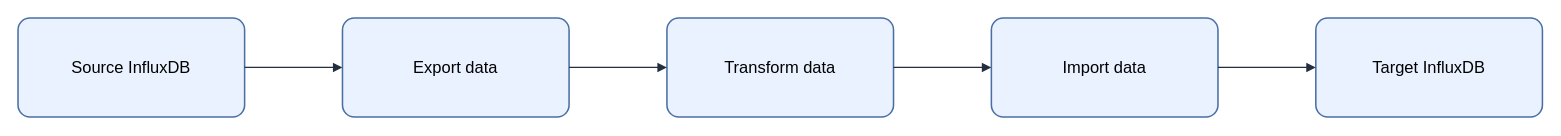
KKamJi98/kkamji98.github.io keeps this draw.io diagram as assets/img/database/influxdb-migration-flow.drawio. Above is the earlier version. Source tidied: cells renumbered, new cells numbered last; positions are measured from the earlier drawing's top-left corner, leaving out a move shared by most shapes. Both pictures are drawn from the tidied source at 103%, with x=0, y=0 at pixel (18, 18).
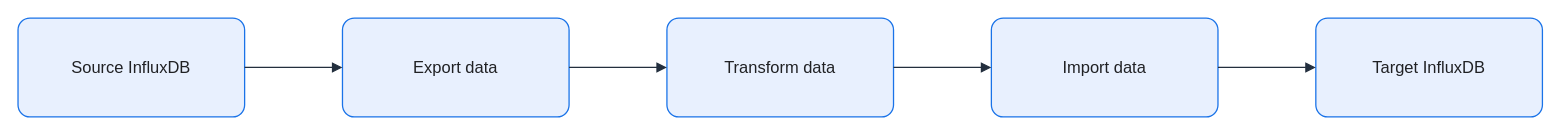
The same page after the edit.

The edit, as a diff of the source:
```diff
@@
 <mxGraphModel background="#FFFFFF">
   <root>
     <mxCell id="0" />
     <mxCell id="1" parent="0" />
-    <mxCell id="2" value="Source InfluxDB" style="rounded=1;arcSize=12;whiteSpace=wrap;html=0;fillColor=#EAF2FF;strokeColor=#4A6FA5;strokeWidth=1.5;fontColor=#000000;fontSize=16;align=center;verticalAlign=middle;spacing=8;shadow=0;" parent="1" vertex="1">
+    <mxCell id="2" value="Source InfluxDB" style="rounded=1;arcSize=12;whiteSpace=wrap;html=0;fillColor=#E8F0FE;strokeColor=#1A73E8;strokeWidth=1.25;fontColor=#202124;fontSize=16;align=center;verticalAlign=middle;spacing=8;shadow=0;" parent="1" vertex="1">
       <mxGeometry width="220" height="96" as="geometry" />
     </mxCell>
-    <mxCell id="3" value="Export data" style="rounded=1;arcSize=12;whiteSpace=wrap;html=0;fillColor=#EAF2FF;strokeColor=#4A6FA5;strokeWidth=1.5;fontColor=#000000;fontSize=16;align=center;verticalAlign=middle;spacing=8;shadow=0;" parent="1" vertex="1">
+    <mxCell id="3" value="Export data" style="rounded=1;arcSize=12;whiteSpace=wrap;html=0;fillColor=#E8F0FE;strokeColor=#1A73E8;strokeWidth=1.25;fontColor=#202124;fontSize=16;align=center;verticalAlign=middle;spacing=8;shadow=0;" parent="1" vertex="1">
       <mxGeometry x="315" width="220" height="96" as="geometry" />
     </mxCell>
-    <mxCell id="4" value="Transform data" style="rounded=1;arcSize=12;whiteSpace=wrap;html=0;fillColor=#EAF2FF;strokeColor=#4A6FA5;strokeWidth=1.5;fontColor=#000000;fontSize=16;align=center;verticalAlign=middle;spacing=8;shadow=0;" parent="1" vertex="1">
+    <mxCell id="4" value="Transform data" style="rounded=1;arcSize=12;whiteSpace=wrap;html=0;fillColor=#E8F0FE;strokeColor=#1A73E8;strokeWidth=1.25;fontColor=#202124;fontSize=16;align=center;verticalAlign=middle;spacing=8;shadow=0;" parent="1" vertex="1">
       <mxGeometry x="630" width="220" height="96" as="geometry" />
     </mxCell>
-    <mxCell id="5" value="Import data" style="rounded=1;arcSize=12;whiteSpace=wrap;html=0;fillColor=#EAF2FF;strokeColor=#4A6FA5;strokeWidth=1.5;fontColor=#000000;fontSize=16;align=center;verticalAlign=middle;spacing=8;shadow=0;" parent="1" vertex="1">
+    <mxCell id="5" value="Import data" style="rounded=1;arcSize=12;whiteSpace=wrap;html=0;fillColor=#E8F0FE;strokeColor=#1A73E8;strokeWidth=1.25;fontColor=#202124;fontSize=16;align=center;verticalAlign=middle;spacing=8;shadow=0;" parent="1" vertex="1">
       <mxGeometry x="945" width="220" height="96" as="geometry" />
     </mxCell>
-    <mxCell id="6" value="Target InfluxDB" style="rounded=1;arcSize=12;whiteSpace=wrap;html=0;fillColor=#EAF2FF;strokeColor=#4A6FA5;strokeWidth=1.5;fontColor=#000000;fontSize=16;align=center;verticalAlign=middle;spacing=8;shadow=0;" parent="1" vertex="1">
+    <mxCell id="6" value="Target InfluxDB" style="rounded=1;arcSize=12;whiteSpace=wrap;html=0;fillColor=#E8F0FE;strokeColor=#1A73E8;strokeWidth=1.25;fontColor=#202124;fontSize=16;align=center;verticalAlign=middle;spacing=8;shadow=0;" parent="1" vertex="1">
       <mxGeometry x="1260" width="220" height="96" as="geometry" />
     </mxCell>
-    <mxCell id="7" style="edgeStyle=orthogonalEdgeStyle;rounded=0;jettySize=auto;html=0;endArrow=block;endFill=1;strokeColor=#232F3E;strokeWidth=1.25;fontColor=#000000;labelBackgroundColor=none;exitX=1;exitY=0.5;exitDx=0;exitDy=0;entryX=0;entryY=0.5;entryDx=0;entryDy=0;" parent="1" edge="1" source="2" target="3">
+    <mxCell id="7" style="edgeStyle=orthogonalEdgeStyle;rounded=0;jettySize=auto;html=0;endArrow=block;endFill=1;strokeColor=#232F3E;strokeWidth=1.25;fontColor=#202124;labelBackgroundColor=none;exitX=1;exitY=0.5;exitDx=0;exitDy=0;entryX=0;entryY=0.5;entryDx=0;entryDy=0;endSize=7;" parent="1" edge="1" source="2" target="3">
       <mxGeometry relative="1" as="geometry" />
     </mxCell>
-    <mxCell id="8" style="edgeStyle=orthogonalEdgeStyle;rounded=0;jettySize=auto;html=0;endArrow=block;endFill=1;strokeColor=#232F3E;strokeWidth=1.25;fontColor=#000000;labelBackgroundColor=none;exitX=1;exitY=0.5;exitDx=0;exitDy=0;entryX=0;entryY=0.5;entryDx=0;entryDy=0;" parent="1" edge="1" source="3" target="4">
+    <mxCell id="8" style="edgeStyle=orthogonalEdgeStyle;rounded=0;jettySize=auto;html=0;endArrow=block;endFill=1;strokeColor=#232F3E;strokeWidth=1.25;fontColor=#202124;labelBackgroundColor=none;exitX=1;exitY=0.5;exitDx=0;exitDy=0;entryX=0;entryY=0.5;entryDx=0;entryDy=0;endSize=7;" parent="1" edge="1" source="3" target="4">
       <mxGeometry relative="1" as="geometry" />
     </mxCell>
-    <mxCell id="9" style="edgeStyle=orthogonalEdgeStyle;rounded=0;jettySize=auto;html=0;endArrow=block;endFill=1;strokeColor=#232F3E;strokeWidth=1.25;fontColor=#000000;labelBackgroundColor=none;exitX=1;exitY=0.5;exitDx=0;exitDy=0;entryX=0;entryY=0.5;entryDx=0;entryDy=0;" parent="1" edge="1" source="4" target="5">
+    <mxCell id="9" style="edgeStyle=orthogonalEdgeStyle;rounded=0;jettySize=auto;html=0;endArrow=block;endFill=1;strokeColor=#232F3E;strokeWidth=1.25;fontColor=#202124;labelBackgroundColor=none;exitX=1;exitY=0.5;exitDx=0;exitDy=0;entryX=0;entryY=0.5;entryDx=0;entryDy=0;endSize=7;" parent="1" edge="1" source="4" target="5">
       <mxGeometry relative="1" as="geometry" />
     </mxCell>
-    <mxCell id="10" style="edgeStyle=orthogonalEdgeStyle;rounded=0;jettySize=auto;html=0;endArrow=block;endFill=1;strokeColor=#232F3E;strokeWidth=1.25;fontColor=#000000;labelBackgroundColor=none;exitX=1;exitY=0.5;exitDx=0;exitDy=0;entryX=0;entryY=0.5;entryDx=0;entryDy=0;" parent="1" edge="1" source="5" target="6">
+    <mxCell id="10" style="edgeStyle=orthogonalEdgeStyle;rounded=0;jettySize=auto;html=0;endArrow=block;endFill=1;strokeColor=#232F3E;strokeWidth=1.25;fontColor=#202124;labelBackgroundColor=none;exitX=1;exitY=0.5;exitDx=0;exitDy=0;entryX=0;entryY=0.5;entryDx=0;entryDy=0;endSize=7;" parent="1" edge="1" source="5" target="6">
       <mxGeometry relative="1" as="geometry" />
     </mxCell>
   </root>
 </mxGraphModel>
```
